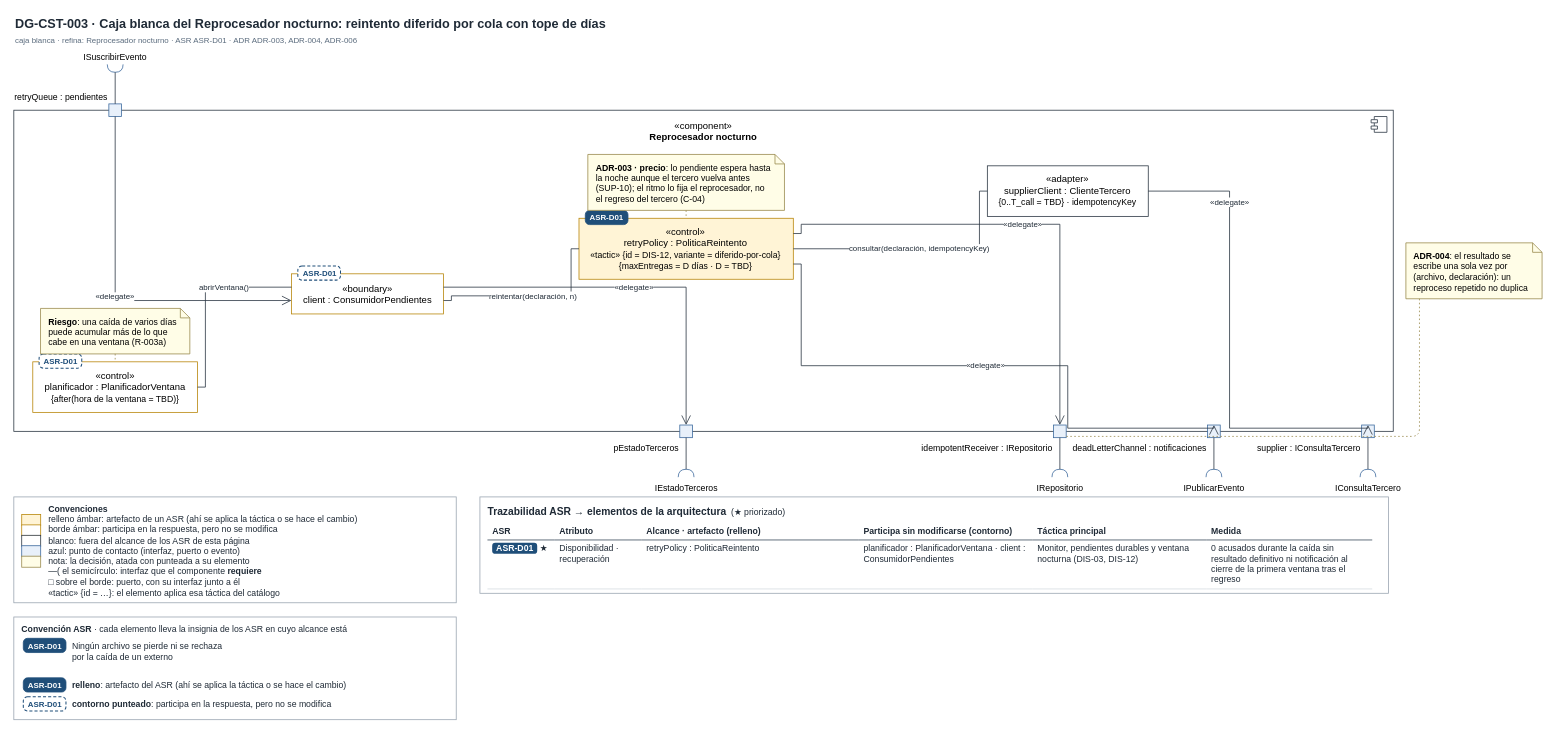
This is page "DG-CST-003 · Reprocesador nocturno (caja blanca)" (4 of 4) of docs/modelos/drawio/vista-componentes.drawio from MATI-MBIT/arqsoft-reto-4, a draw.io file, before an edit. Source tidied: cells renumbered, new cells numbered last; positions are measured from the earlier drawing's top-left corner, leaving out a move shared by most shapes. Both pictures are drawn from the tidied source at 79%, with x=0, y=0 at pixel (13, 13).
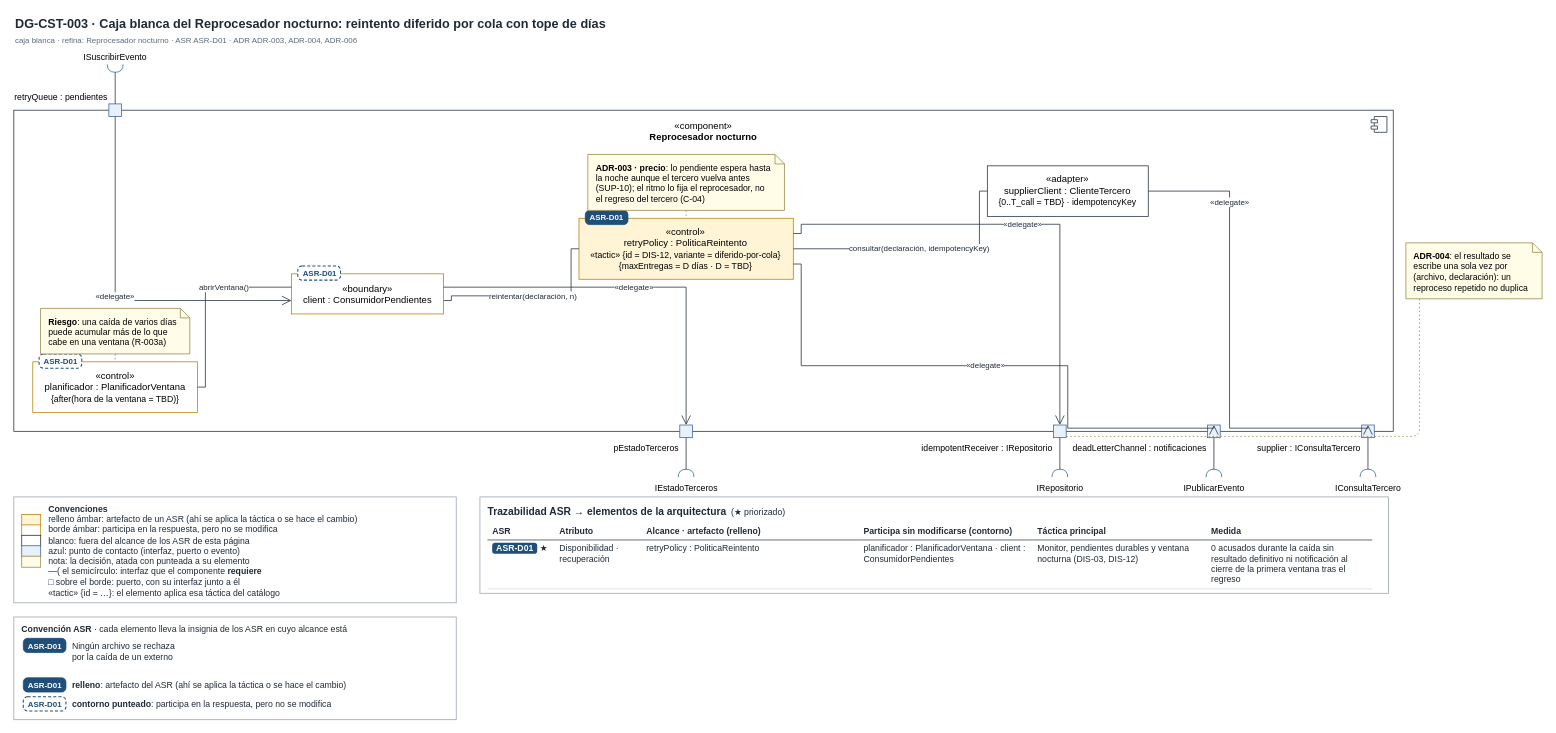
The same diagram, later.

The change refers to these unchanged cells:
```xml
<mxCell id="48" value="&lt;b&gt;Convención ASR&lt;/b&gt; · cada elemento lleva la insignia de los ASR en cuyo alcance está" style="text;rounded=0;whiteSpace=wrap;html=1;fillColor=#FFFFFF;strokeColor=#9AA5B1;align=left;verticalAlign=top;spacingLeft=8;spacingTop=2;fontFamily=Helvetica;fontSize=11;fontColor=#1F2A36;" parent="1" vertex="1">
  <mxGeometry y="763.5" width="560" height="130" as="geometry" />
</mxCell>
```

Diff of the diagram source:
```diff
@@
-    <mxCell id="50" value="Ningún archivo se pierde ni se rechaza&lt;br&gt;por la caída de un externo" style="text;html=1;align=left;verticalAlign=middle;fontFamily=Helvetica;fontSize=11;fontColor=#1F2A36;" parent="48" vertex="1">
+    <mxCell id="50" value="Ningún archivo se rechaza&lt;br&gt;por la caída de un externo" style="text;html=1;align=left;verticalAlign=middle;fontFamily=Helvetica;fontSize=11;fontColor=#1F2A36;" parent="48" vertex="1">
       <mxGeometry x="72" y="26" width="207" height="34" as="geometry" />
     </mxCell>
```
